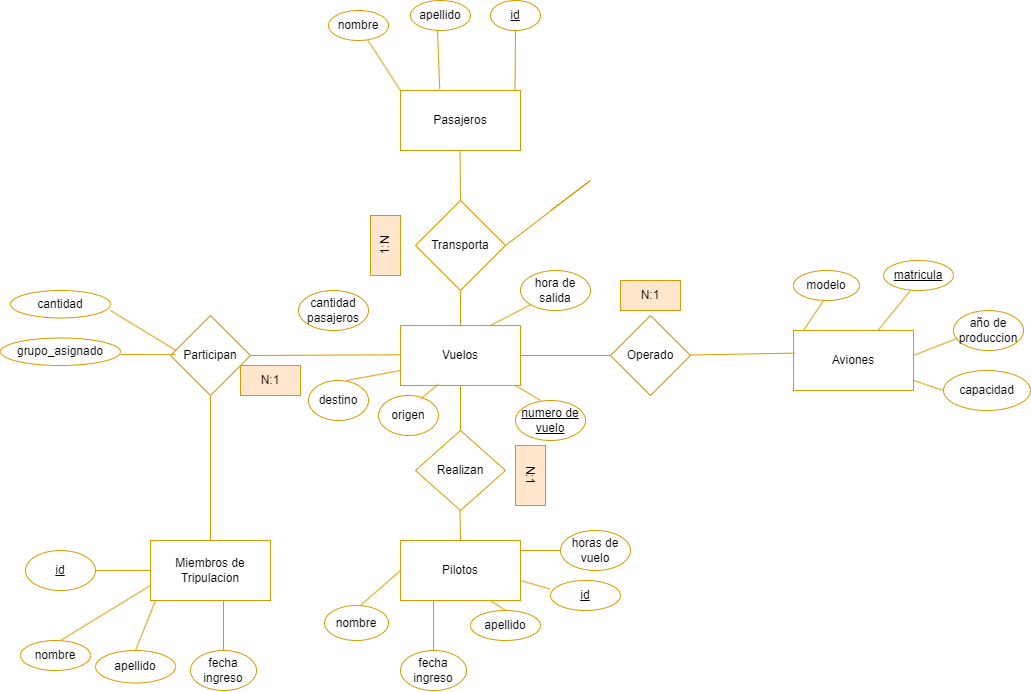
The draw.io diagram Diseño conceptual .drawio.png in NoeAvalos/Base-de-datos-Compa-ia-aerea, before a commit. Source tidied: cells renumbered, new cells last; positions are measured from the earlier drawing's top-left corner, leaving out a move shared by most shapes.
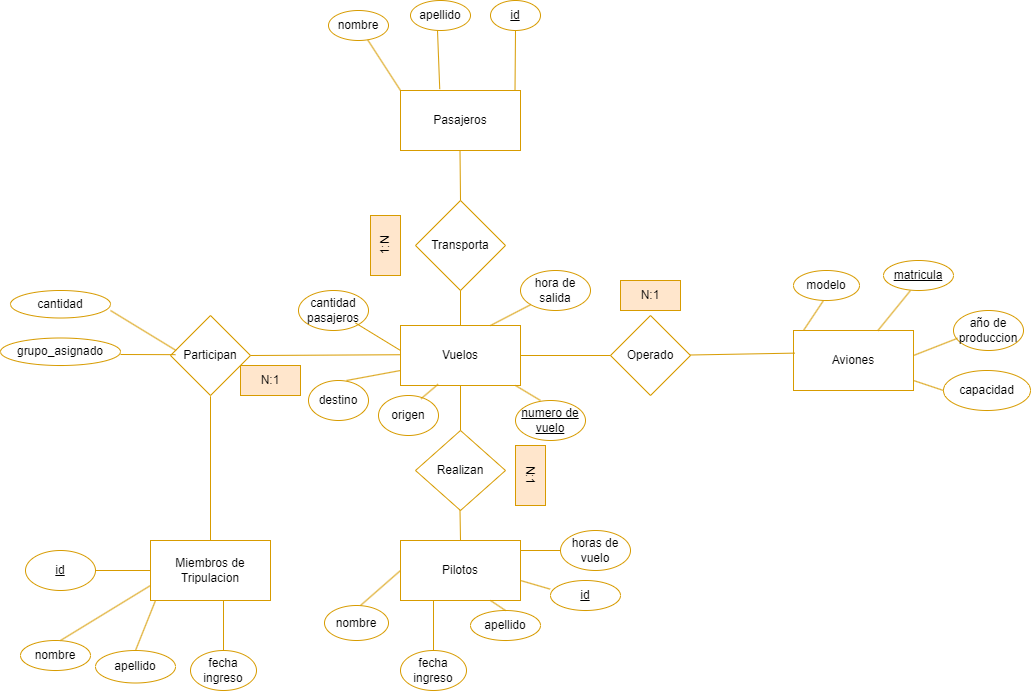
The same file after the commit.

Change to the diagram source:
```diff
@@ -162,14 +162,6 @@
         <mxPoint x="346" y="380" as="sourcePoint" />
       </mxGeometry>
     </mxCell>
-    <mxCell id="46" style="endArrow=none;html=1;rounded=0;fillColor=#ffe6cc;strokeColor=#d79b00;exitX=1;exitY=0.5;exitDx=0;exitDy=0;" parent="1" edge="1" source="39">
-      <mxGeometry relative="1" as="geometry">
-        <mxPoint x="550" y="210" as="targetPoint" />
-        <Array as="points">
-          <mxPoint x="590" y="180" />
-        </Array>
-      </mxGeometry>
-    </mxCell>
     <mxCell id="47" style="endArrow=none;html=1;rounded=0;fillColor=#ffe6cc;strokeColor=#d79b00;" parent="1" edge="1">
       <mxGeometry relative="1" as="geometry">
         <mxPoint x="360" y="605" as="sourcePoint" />
@@ -264,5 +256,13 @@
     <mxCell id="68" value="fecha ingreso" style="ellipse;whiteSpace=wrap;html=1;fillColor=none;strokeColor=#d79b00;" parent="1" vertex="1">
       <mxGeometry x="400" y="650" width="66" height="40" as="geometry" />
     </mxCell>
+    <mxCell id="69" style="endArrow=none;html=1;rounded=0;fillColor=#ffe6cc;strokeColor=#d79b00;exitX=1;exitY=0.5;exitDx=0;exitDy=0;entryX=0;entryY=0.25;entryDx=0;entryDy=0;" parent="1" edge="1" target="9">
+      <mxGeometry relative="1" as="geometry">
+        <mxPoint x="355" y="322.5" as="sourcePoint" />
+        <Array as="points">
+          <mxPoint x="400" y="350" />
+        </Array>
+      </mxGeometry>
+    </mxCell>
   </root>
 </mxGraphModel>
```
